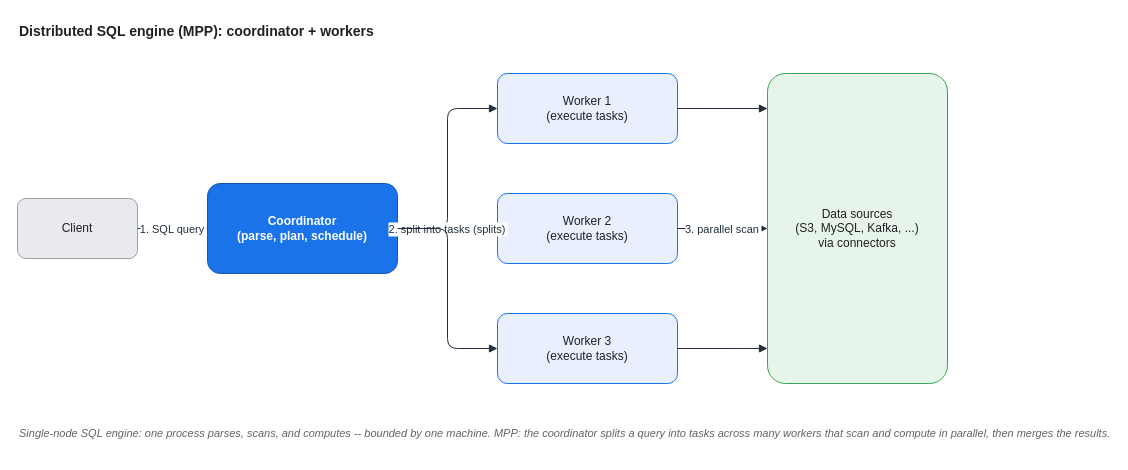
Above: assets/img/aws/analytics-stack-03-distributed-sql-mpp.drawio in KKamJi98/kkamji98.github.io (draw.io), before the change. Source tidied: cells renumbered, new cells numbered last; positions are measured from the earlier drawing's top-left corner, leaving out a move shared by most shapes. Both pictures are drawn from the tidied source at 100%, with x=0, y=0 at pixel (17, 17).
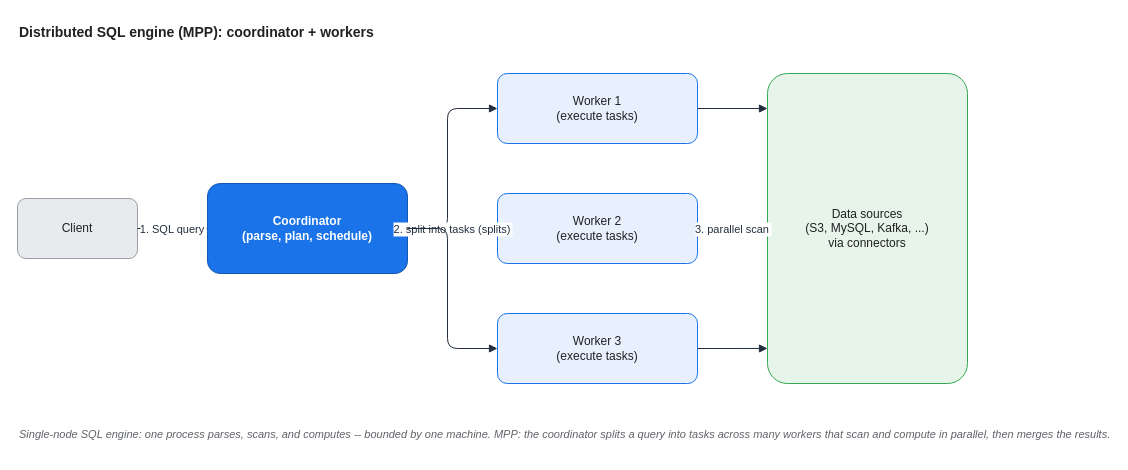
Above is the later version.

Diff of the diagram source:
```diff
@@
-    <mxCell id="2" value="Distributed SQL engine (MPP): coordinator + workers" style="text;html=1;align=left;verticalAlign=middle;fontColor=#202124;fontStyle=1;fontSize=14;" parent="1" vertex="1">
+    <mxCell id="2" value="Distributed SQL engine (MPP): coordinator + workers" style="text;html=0;align=left;verticalAlign=middle;fontColor=#202124;fontStyle=1;fontSize=14;" parent="1" vertex="1">
       <mxGeometry width="900" height="28" as="geometry" />
     </mxCell>
-    <mxCell id="3" value="Client" style="rounded=1;whiteSpace=wrap;html=1;arcSize=14;shadow=0;fillColor=#E8EAED;strokeColor=#9AA0A6;fontColor=#202124;" parent="1" vertex="1">
+    <mxCell id="3" value="Client" style="rounded=1;whiteSpace=wrap;html=0;arcSize=14;shadow=0;fillColor=#E8EAED;strokeColor=#9AA0A6;fontColor=#202124;" parent="1" vertex="1">
       <mxGeometry y="181" width="120" height="60" as="geometry" />
     </mxCell>
-    <mxCell id="4" value="Coordinator&#10;(parse, plan, schedule)" style="rounded=1;whiteSpace=wrap;html=1;arcSize=14;shadow=0;fillColor=#1A73E8;strokeColor=#1457B0;fontColor=#FFFFFF;fontStyle=1;" parent="1" vertex="1">
-      <mxGeometry x="190" y="166" width="190" height="90" as="geometry" />
+    <mxCell id="4" value="Coordinator&#10;(parse, plan, schedule)" style="rounded=1;whiteSpace=wrap;html=0;arcSize=14;shadow=0;fillColor=#1A73E8;strokeColor=#1457B0;fontColor=#FFFFFF;fontStyle=1;" parent="1" vertex="1">
+      <mxGeometry x="190" y="166" width="200" height="90" as="geometry" />
     </mxCell>
-    <mxCell id="5" value="Worker 1&#10;(execute tasks)" style="rounded=1;whiteSpace=wrap;html=1;arcSize=14;shadow=0;fillColor=#E8F0FE;strokeColor=#1A73E8;fontColor=#202124;" parent="1" vertex="1">
-      <mxGeometry x="480" y="56" width="180" height="70" as="geometry" />
+    <mxCell id="5" value="Worker 1&#10;(execute tasks)" style="rounded=1;whiteSpace=wrap;html=0;arcSize=14;shadow=0;fillColor=#E8F0FE;strokeColor=#1A73E8;fontColor=#202124;" parent="1" vertex="1">
+      <mxGeometry x="480" y="56" width="200" height="70" as="geometry" />
     </mxCell>
-    <mxCell id="6" value="Worker 2&#10;(execute tasks)" style="rounded=1;whiteSpace=wrap;html=1;arcSize=14;shadow=0;fillColor=#E8F0FE;strokeColor=#1A73E8;fontColor=#202124;" parent="1" vertex="1">
-      <mxGeometry x="480" y="176" width="180" height="70" as="geometry" />
+    <mxCell id="6" value="Worker 2&#10;(execute tasks)" style="rounded=1;whiteSpace=wrap;html=0;arcSize=14;shadow=0;fillColor=#E8F0FE;strokeColor=#1A73E8;fontColor=#202124;" parent="1" vertex="1">
+      <mxGeometry x="480" y="176" width="200" height="70" as="geometry" />
     </mxCell>
-    <mxCell id="7" value="Worker 3&#10;(execute tasks)" style="rounded=1;whiteSpace=wrap;html=1;arcSize=14;shadow=0;fillColor=#E8F0FE;strokeColor=#1A73E8;fontColor=#202124;" parent="1" vertex="1">
-      <mxGeometry x="480" y="296" width="180" height="70" as="geometry" />
+    <mxCell id="7" value="Worker 3&#10;(execute tasks)" style="rounded=1;whiteSpace=wrap;html=0;arcSize=14;shadow=0;fillColor=#E8F0FE;strokeColor=#1A73E8;fontColor=#202124;" parent="1" vertex="1">
+      <mxGeometry x="480" y="296" width="200" height="70" as="geometry" />
     </mxCell>
-    <mxCell id="8" value="Data sources&#10;(S3, MySQL, Kafka, ...)&#10;via connectors" style="rounded=1;whiteSpace=wrap;html=1;arcSize=10;shadow=0;fillColor=#E6F4EA;strokeColor=#34A853;fontColor=#202124;" parent="1" vertex="1">
-      <mxGeometry x="750" y="56" width="180" height="310" as="geometry" />
+    <mxCell id="8" value="Data sources&#10;(S3, MySQL, Kafka, ...)&#10;via connectors" style="rounded=1;whiteSpace=wrap;html=0;arcSize=10;shadow=0;fillColor=#E6F4EA;strokeColor=#34A853;fontColor=#202124;" parent="1" vertex="1">
+      <mxGeometry x="750" y="56" width="200" height="310" as="geometry" />
     </mxCell>
@@
-    <mxCell id="10" style="edgeStyle=orthogonalEdgeStyle;rounded=1;html=1;fontColor=#232F3E;strokeColor=#232F3E;labelBackgroundColor=#FFFFFF;endArrow=block;exitX=1;exitY=0.5;exitDx=0;exitDy=0;entryX=0;entryY=0.5;entryDx=0;entryDy=0;" parent="1" edge="1" source="4" target="5">
+    <mxCell id="10" style="edgeStyle=orthogonalEdgeStyle;rounded=1;html=0;fontColor=#232F3E;strokeColor=#232F3E;labelBackgroundColor=#FFFFFF;endArrow=block;exitX=1;exitY=0.5;exitDx=0;exitDy=0;entryX=0;entryY=0.5;entryDx=0;entryDy=0;" parent="1" edge="1" source="4" target="5">
       <mxGeometry relative="1" as="geometry">
         <Array as="points">
           <mxPoint x="430" y="211" />
           <mxPoint x="430" y="91" />
         </Array>
       </mxGeometry>
     </mxCell>
@@
-    <mxCell id="12" style="edgeStyle=orthogonalEdgeStyle;rounded=1;html=1;fontColor=#232F3E;strokeColor=#232F3E;labelBackgroundColor=#FFFFFF;endArrow=block;exitX=1;exitY=0.5;exitDx=0;exitDy=0;entryX=0;entryY=0.5;entryDx=0;entryDy=0;" parent="1" edge="1" source="4" target="7">
+    <mxCell id="12" style="edgeStyle=orthogonalEdgeStyle;rounded=1;html=0;fontColor=#232F3E;strokeColor=#232F3E;labelBackgroundColor=#FFFFFF;endArrow=block;exitX=1;exitY=0.5;exitDx=0;exitDy=0;entryX=0;entryY=0.5;entryDx=0;entryDy=0;" parent="1" edge="1" source="4" target="7">
       <mxGeometry relative="1" as="geometry">
         <Array as="points">
           <mxPoint x="430" y="211" />
           <mxPoint x="430" y="331" />
         </Array>
       </mxGeometry>
     </mxCell>
-    <mxCell id="13" style="edgeStyle=orthogonalEdgeStyle;rounded=1;html=1;fontColor=#232F3E;strokeColor=#232F3E;labelBackgroundColor=#FFFFFF;endArrow=block;exitX=1;exitY=0.5;exitDx=0;exitDy=0;entryX=0;entryY=0.113;entryDx=0;entryDy=0;" parent="1" edge="1" source="5" target="8">
+    <mxCell id="13" style="edgeStyle=orthogonalEdgeStyle;rounded=1;html=0;fontColor=#232F3E;strokeColor=#232F3E;labelBackgroundColor=#FFFFFF;endArrow=block;exitX=1;exitY=0.5;exitDx=0;exitDy=0;entryX=0;entryY=0.113;entryDx=0;entryDy=0;" parent="1" edge="1" source="5" target="8">
       <mxGeometry relative="1" as="geometry" />
     </mxCell>
@@
-    <mxCell id="15" style="edgeStyle=orthogonalEdgeStyle;rounded=1;html=1;fontColor=#232F3E;strokeColor=#232F3E;labelBackgroundColor=#FFFFFF;endArrow=block;exitX=1;exitY=0.5;exitDx=0;exitDy=0;entryX=0;entryY=0.887;entryDx=0;entryDy=0;" parent="1" edge="1" source="7" target="8">
+    <mxCell id="15" style="edgeStyle=orthogonalEdgeStyle;rounded=1;html=0;fontColor=#232F3E;strokeColor=#232F3E;labelBackgroundColor=#FFFFFF;endArrow=block;exitX=1;exitY=0.5;exitDx=0;exitDy=0;entryX=0;entryY=0.887;entryDx=0;entryDy=0;" parent="1" edge="1" source="7" target="8">
       <mxGeometry relative="1" as="geometry" />
     </mxCell>
-    <mxCell id="16" value="Single-node SQL engine: one process parses, scans, and computes -- bounded by one machine.   MPP: the coordinator splits a query into tasks across many workers that scan and compute in parallel, then merges the results." style="text;html=1;align=left;verticalAlign=middle;fontColor=#5F6368;fontStyle=2;fontSize=11;" parent="1" vertex="1">
+    <mxCell id="16" value="Single-node SQL engine: one process parses, scans, and computes -- bounded by one machine.   MPP: the coordinator splits a query into tasks across many workers that scan and compute in parallel, then merges the results." style="text;html=0;align=left;verticalAlign=middle;fontColor=#5F6368;fontStyle=2;fontSize=11;" parent="1" vertex="1">
       <mxGeometry y="396" width="930" height="40" as="geometry" />
     </mxCell>
```
